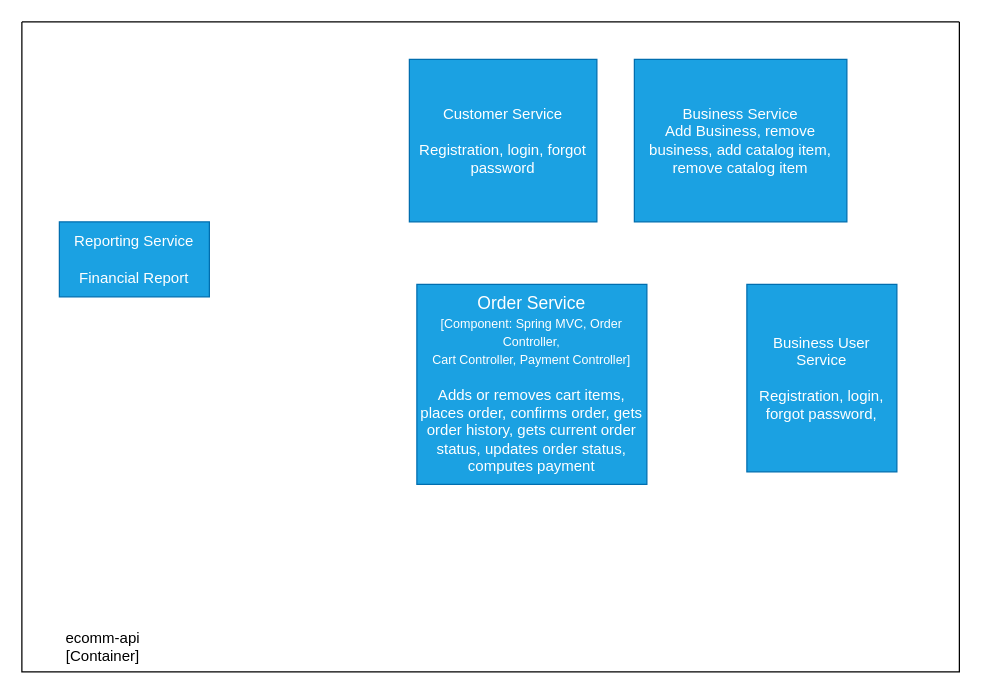
dinesh-i/architecture-designs keeps this draw.io diagram as basic-ecommerce.drawio. Above is the earlier version. Source tidied: cells renumbered, new cells numbered last; positions are measured from the earlier drawing's top-left corner, leaving out a move shared by most shapes. Both pictures are drawn from the tidied source at 125%, with x=0, y=0 at pixel (21, 21).
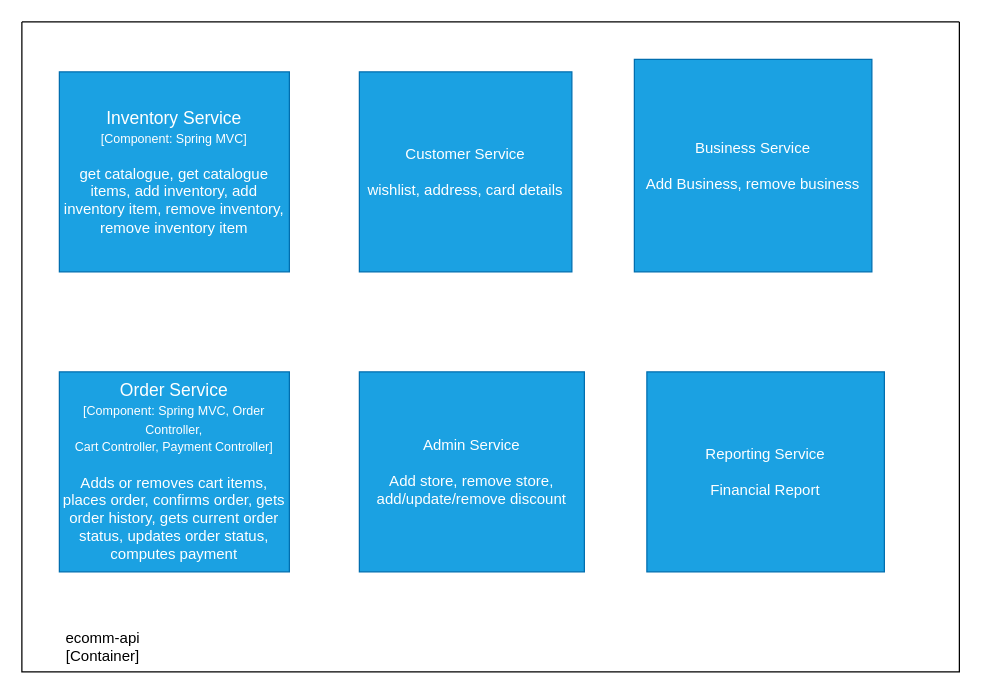
After the change.

The edit, as a diff of the source:
```diff
@@
 <mxGraphModel>
   <root>
     <mxCell id="0" />
     <mxCell id="1" parent="0" />
     <mxCell id="2" style="swimlane;startSize=0;" parent="1" vertex="1">
       <mxGeometry width="750" height="520" as="geometry" />
     </mxCell>
     <mxCell id="3" value="ecomm-api&lt;br&gt;[Container]" style="text;html=1;strokeColor=none;fillColor=none;align=center;verticalAlign=middle;whiteSpace=wrap;rounded=0;" parent="2" vertex="1">
       <mxGeometry x="30" y="490" width="70" height="20" as="geometry" />
     </mxCell>
-    <mxCell id="4" value="Business Service&lt;br&gt;Add Business, remove business, add catalog item, remove catalog item" style="rounded=0;whiteSpace=wrap;html=1;fillColor=#1ba1e2;strokeColor=#006EAF;fontColor=#ffffff;" parent="2" vertex="1">
-      <mxGeometry x="490" y="30" width="170" height="130" as="geometry" />
+    <mxCell id="4" value="Business Service&lt;br&gt;&lt;br&gt;Add Business, remove business" style="rounded=0;whiteSpace=wrap;html=1;fillColor=#1ba1e2;strokeColor=#006EAF;fontColor=#ffffff;" parent="2" vertex="1">
+      <mxGeometry x="490" y="30" width="190" height="170" as="geometry" />
     </mxCell>
-    <mxCell id="5" value="Business User Service&lt;br&gt;&lt;br&gt;Registration, login, forgot password,&lt;br&gt;" style="rounded=0;whiteSpace=wrap;html=1;fillColor=#1ba1e2;strokeColor=#006EAF;fontColor=#ffffff;" parent="2" vertex="1">
-      <mxGeometry x="580" y="210" width="120" height="150" as="geometry" />
-    </mxCell>
     <mxCell id="6" value="&lt;font&gt;&lt;font style=&quot;font-size: 14px&quot;&gt;Order Service&lt;/font&gt;&lt;br&gt;&lt;span style=&quot;font-size: 10px&quot;&gt;[Component: Spring MVC, Order Controller,&lt;/span&gt;&lt;br&gt;&lt;span style=&quot;font-size: 10px&quot;&gt;Cart Controller, Payment Controller]&lt;/span&gt;&lt;br&gt;&lt;/font&gt;&lt;br&gt;Adds or removes cart items, places order, confirms order, gets order history, gets current order status, updates order status, computes payment" style="rounded=0;whiteSpace=wrap;html=1;fillColor=#1ba1e2;strokeColor=#006EAF;fontColor=#ffffff;" parent="2" vertex="1">
-      <mxGeometry x="316" y="210" width="184" height="160" as="geometry" />
+      <mxGeometry x="30" y="280" width="184" height="160" as="geometry" />
     </mxCell>
     <mxCell id="7" value="Reporting Service&lt;br&gt;&lt;br&gt;Financial Report" style="rounded=0;whiteSpace=wrap;html=1;fillColor=#1ba1e2;strokeColor=#006EAF;fontColor=#ffffff;" parent="2" vertex="1">
-      <mxGeometry x="30" y="160" width="120" height="60" as="geometry" />
+      <mxGeometry x="500" y="280" width="190" height="160" as="geometry" />
     </mxCell>
-    <mxCell id="8" value="Customer Service&lt;br&gt;&lt;br&gt;Registration, login, forgot password" style="rounded=0;whiteSpace=wrap;html=1;fillColor=#1ba1e2;strokeColor=#006EAF;fontColor=#ffffff;" parent="2" vertex="1">
-      <mxGeometry x="310" y="30" width="150" height="130" as="geometry" />
+    <mxCell id="8" value="Customer Service&lt;br&gt;&lt;br&gt;wishlist, address, card details" style="rounded=0;whiteSpace=wrap;html=1;fillColor=#1ba1e2;strokeColor=#006EAF;fontColor=#ffffff;" parent="2" vertex="1">
+      <mxGeometry x="270" y="40" width="170" height="160" as="geometry" />
     </mxCell>
+    <mxCell id="9" value="&lt;font&gt;&lt;font style=&quot;font-size: 14px&quot;&gt;Inventory Service&lt;/font&gt;&lt;br&gt;&lt;span style=&quot;font-size: 10px&quot;&gt;[Component: Spring MVC&lt;/span&gt;&lt;span style=&quot;font-size: 10px&quot;&gt;]&lt;/span&gt;&lt;br&gt;&lt;/font&gt;&lt;br&gt;get catalogue, get catalogue items, add inventory, add inventory item, remove inventory, remove inventory item" style="rounded=0;whiteSpace=wrap;html=1;fillColor=#1ba1e2;strokeColor=#006EAF;fontColor=#ffffff;" parent="2" vertex="1">
+      <mxGeometry x="30" y="40" width="184" height="160" as="geometry" />
+    </mxCell>
+    <mxCell id="10" value="Admin Service&lt;br&gt;&lt;br&gt;Add store, remove store, add/update/remove discount" style="rounded=0;whiteSpace=wrap;html=1;fillColor=#1ba1e2;strokeColor=#006EAF;fontColor=#ffffff;" parent="2" vertex="1">
+      <mxGeometry x="270" y="280" width="180" height="160" as="geometry" />
+    </mxCell>
   </root>
 </mxGraphModel>
```
